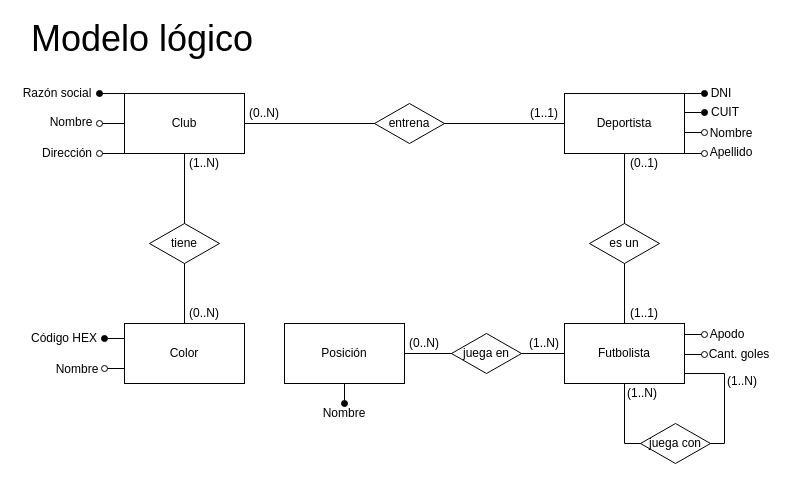
This is page "Ejercicio 2" (2 of 8) of Práctica 2/Parte 2/Diagramas.drawio from joakospinelli/DBD, a draw.io file, before an edit. Source tidied: cells renumbered, new cells numbered last; positions are measured from the earlier drawing's top-left corner, leaving out a move shared by most shapes. Both pictures are drawn from the tidied source at 100%, with x=0, y=0 at pixel (17, 23).
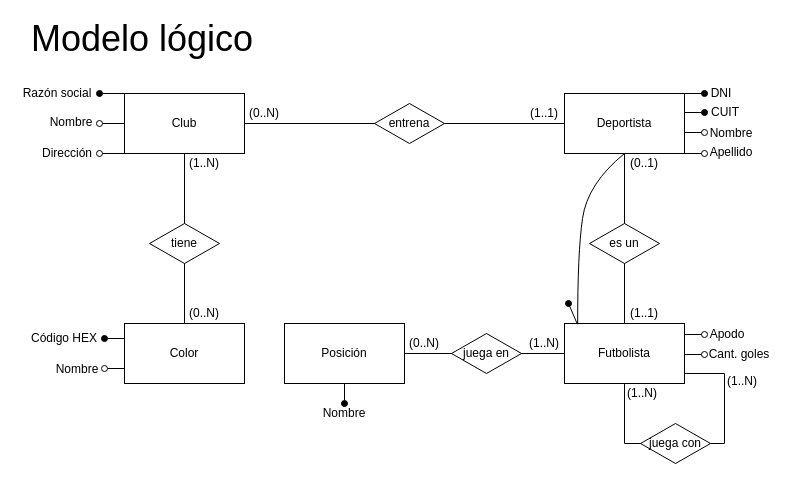
After the change.

Unchanged cells that the change refers to:
```xml
<mxCell id="20" value="Futbolista" style="rounded=0;whiteSpace=wrap;html=1;" parent="1" vertex="1">
  <mxGeometry x="547" y="300" width="120" height="60" as="geometry" />
</mxCell>
<mxCell id="31" value="(0..1)" style="text;html=1;strokeColor=none;fillColor=none;align=center;verticalAlign=middle;whiteSpace=wrap;rounded=0;fontSize=12;" parent="1" vertex="1">
  <mxGeometry x="607" y="130" width="40" height="20" as="geometry" />
</mxCell>
```

Change to the diagram source:
```diff
@@
+    <mxCell id="52" style="rounded=0;orthogonalLoop=1;jettySize=auto;html=1;exitX=0;exitY=0;exitDx=0;exitDy=0;endArrow=oval;endFill=1;" parent="1" edge="1">
+      <mxGeometry relative="1" as="geometry">
+        <mxPoint x="560" y="301" as="sourcePoint" />
+        <mxPoint x="551" y="280" as="targetPoint" />
+      </mxGeometry>
+    </mxCell>
@@
+    <mxCell id="53" style="curved=1;endArrow=none;html=1;rounded=0;exitX=0;exitY=0;exitDx=0;exitDy=0;entryX=0.11;entryY=0.013;entryDx=0;entryDy=0;entryPerimeter=0;endFill=0;" parent="1" edge="1" source="31" target="20">
+      <mxGeometry relative="1" as="geometry">
+        <Array as="points">
+          <mxPoint x="570" y="160" />
+          <mxPoint x="560" y="230" />
+        </Array>
+      </mxGeometry>
+    </mxCell>
```
